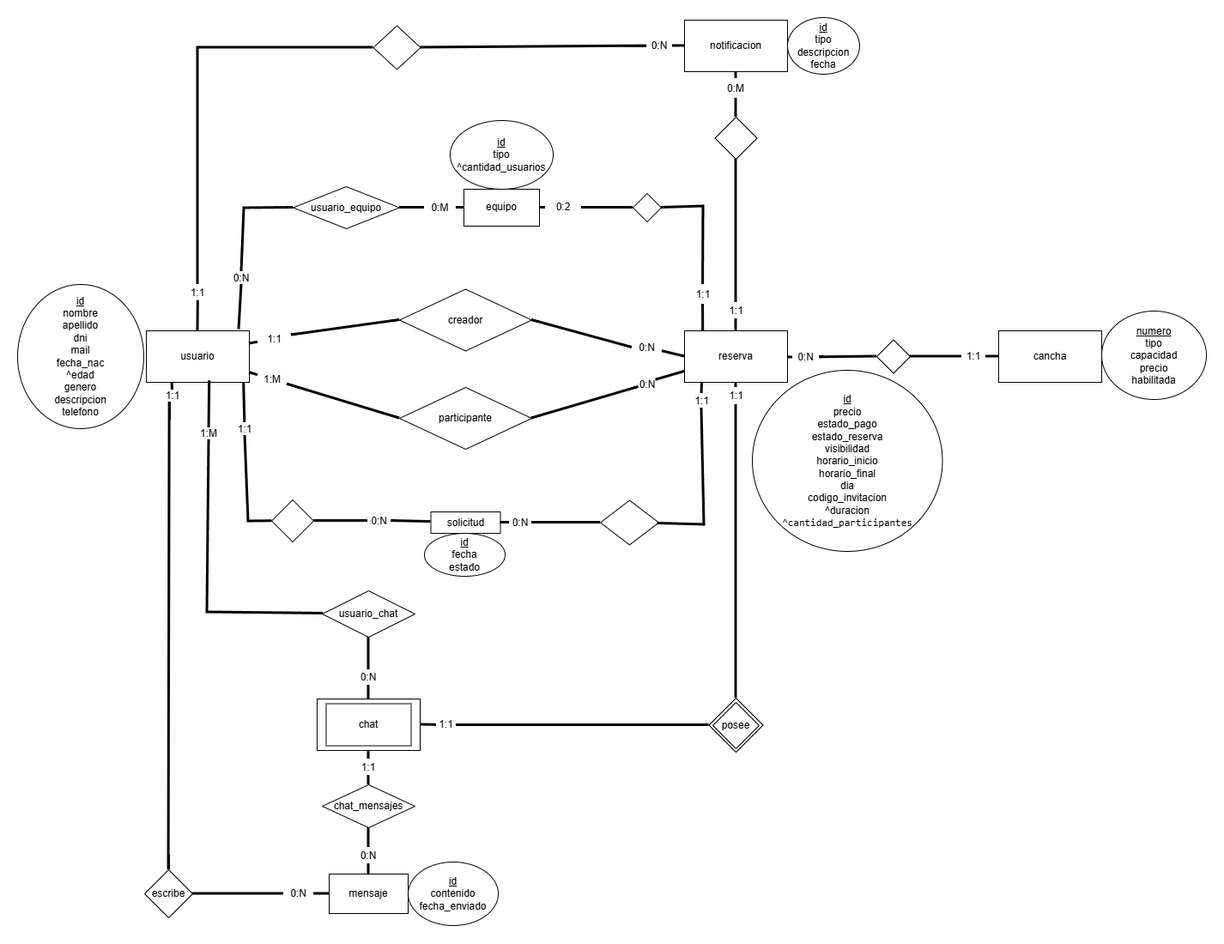
juanpablovilla2006/Doble-Cinco keeps this draw.io diagram as MODELODDSF.png. Above is the earlier version. Source tidied: cells renumbered, new cells last; positions are measured from the earlier drawing's top-left corner, leaving out a move shared by most shapes.
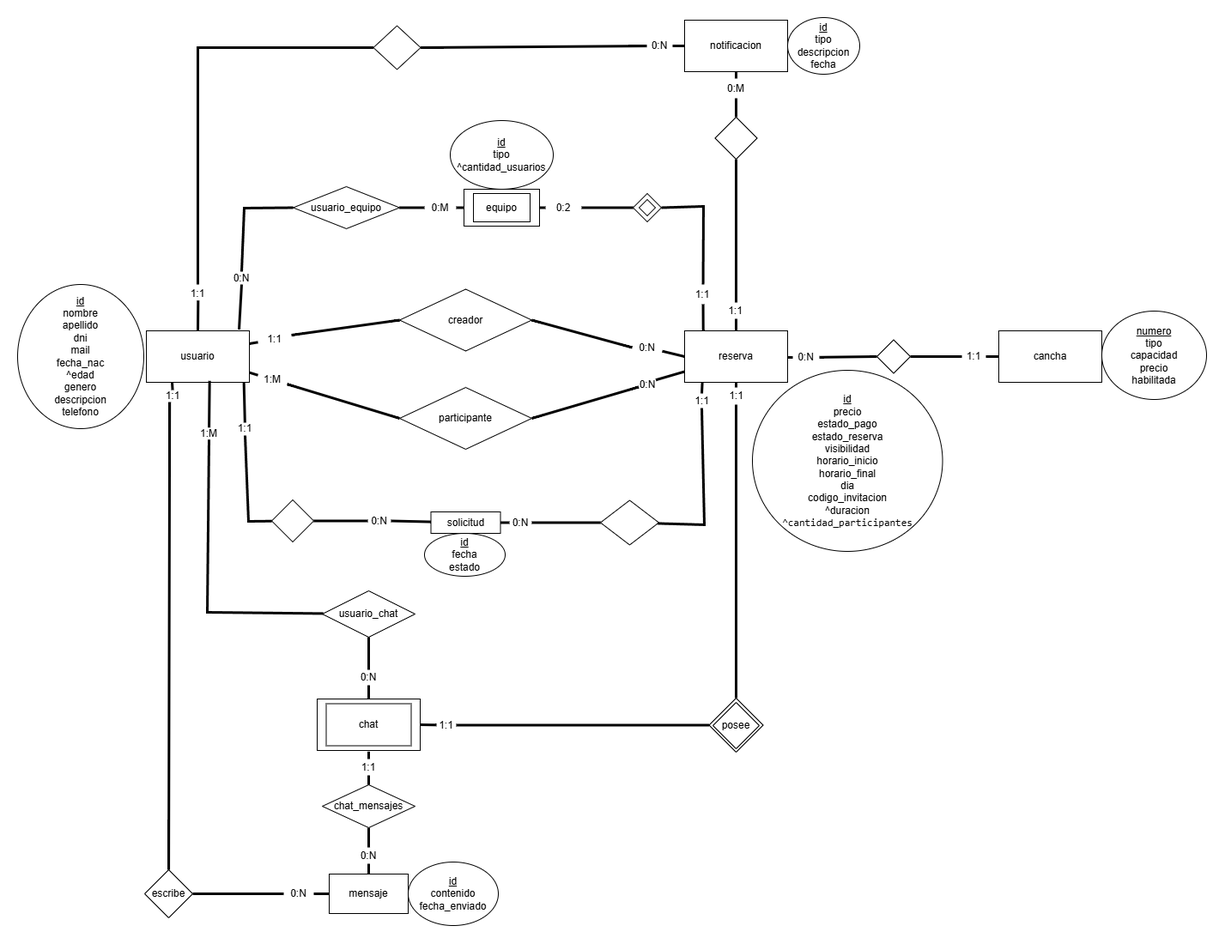
After the commit.

Commit message:
Actualización del der

What changed in the source:
```diff
@@ -190,18 +190,12 @@
     <mxCell id="48" style="edgeStyle=none;curved=1;rounded=0;jettySize=auto;html=1;entryX=0;entryY=0.5;entryDx=0;entryDy=0;fontSize=12;startSize=8;endSize=8;endArrow=none;endFill=0;strokeWidth=3;" parent="1" edge="1" source="101" target="52">
       <mxGeometry relative="1" as="geometry" />
     </mxCell>
-    <mxCell id="49" value="equipo" style="rounded=0;whiteSpace=wrap;html=1;" parent="1" vertex="1">
-      <mxGeometry x="1009" y="200" width="88" height="43" as="geometry" />
-    </mxCell>
     <mxCell id="50" value="&lt;u&gt;id&lt;/u&gt;&lt;div&gt;tipo&lt;/div&gt;&lt;div&gt;^cantidad_usuarios&lt;/div&gt;" style="ellipse;whiteSpace=wrap;html=1;" parent="1" vertex="1">
       <mxGeometry x="993" y="120" width="120" height="80" as="geometry" />
     </mxCell>
     <mxCell id="51" value="usuario_equipo" style="rhombus;whiteSpace=wrap;html=1;" parent="1" vertex="1">
       <mxGeometry x="810" y="197" width="124" height="49" as="geometry" />
     </mxCell>
-    <mxCell id="52" style="rhombus;whiteSpace=wrap;html=1;" parent="1" vertex="1">
-      <mxGeometry x="1206" y="205" width="33" height="33" as="geometry" />
-    </mxCell>
     <mxCell id="53" style="edgeStyle=none;curved=1;rounded=0;jettySize=auto;html=1;entryX=0;entryY=0.5;entryDx=0;entryDy=0;fontSize=12;startSize=8;endSize=8;strokeWidth=3;endArrow=none;endFill=0;" parent="1" edge="1" source="93" target="16">
       <mxGeometry relative="1" as="geometry" />
     </mxCell>
@@ -413,5 +407,23 @@
     <mxCell id="117" value="&lt;u&gt;id&lt;/u&gt;&lt;div&gt;fecha&lt;/div&gt;&lt;div&gt;estado&lt;/div&gt;" style="ellipse;whiteSpace=wrap;html=1;" parent="1" vertex="1">
       <mxGeometry x="963" y="601" width="94" height="50" as="geometry" />
     </mxCell>
+    <mxCell id="118" style="group;" parent="1" vertex="1">
+      <mxGeometry x="1206" y="205" width="33" height="33" as="geometry" />
+    </mxCell>
+    <mxCell id="52" style="rhombus;whiteSpace=wrap;html=1;" parent="118" vertex="1">
+      <mxGeometry width="33" height="33" as="geometry" />
+    </mxCell>
+    <mxCell id="119" style="rhombus;whiteSpace=wrap;html=1;shapeInside=1;fillColor=none;" parent="118" vertex="1">
+      <mxGeometry x="7" y="7" width="19" height="19" as="geometry" />
+    </mxCell>
+    <mxCell id="120" style="group;" parent="1" vertex="1">
+      <mxGeometry x="1009" y="200" width="88" height="43" as="geometry" />
+    </mxCell>
+    <mxCell id="49" value="equipo" style="rounded=0;whiteSpace=wrap;html=1;" parent="120" vertex="1">
+      <mxGeometry width="88" height="43" as="geometry" />
+    </mxCell>
+    <mxCell id="121" style="rounded=0;whiteSpace=wrap;html=1;fillColor=none;" parent="120" vertex="1">
+      <mxGeometry x="11" y="5" width="66" height="33" as="geometry" />
+    </mxCell>
   </root>
 </mxGraphModel>
```
